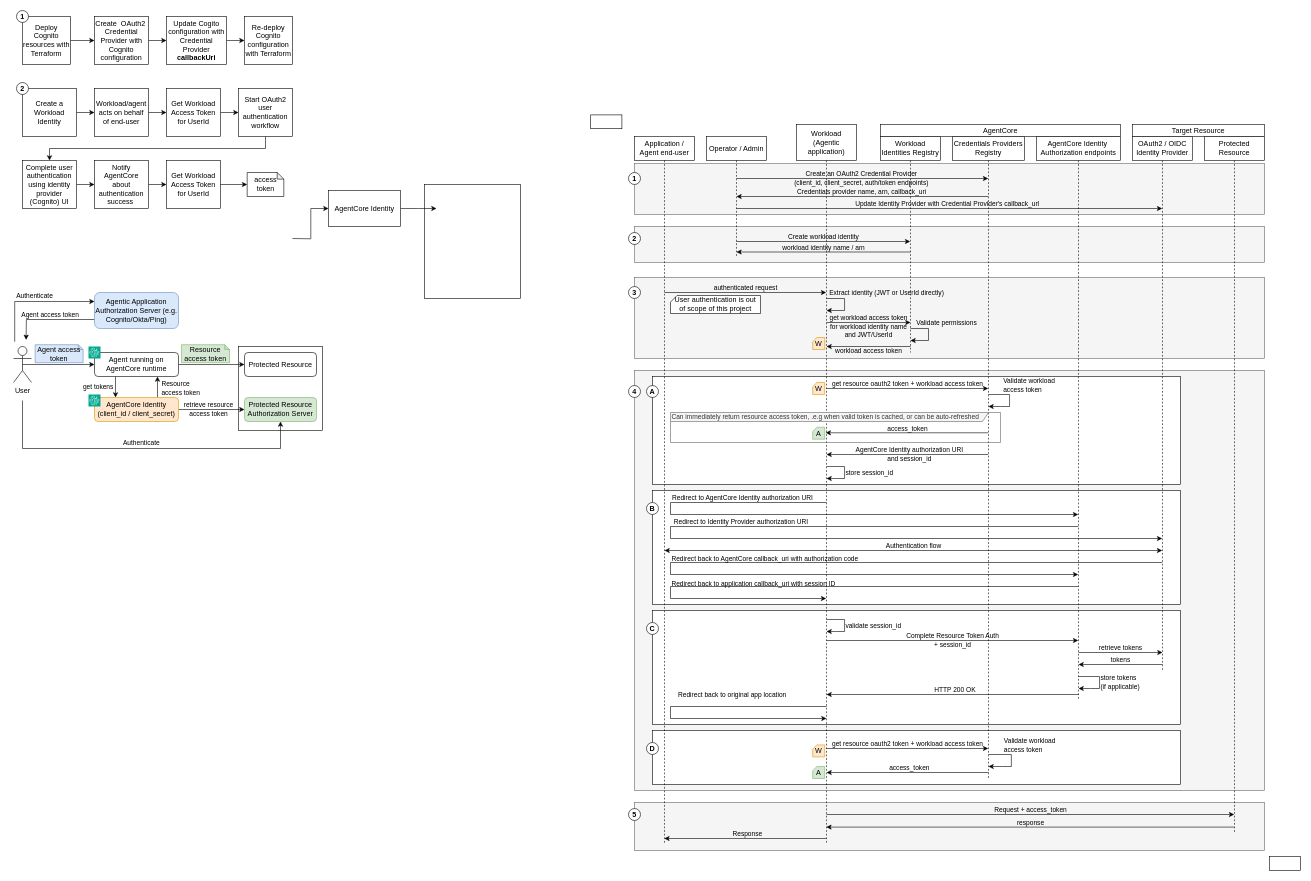
The draw.io diagram identity-user-federation-with-jwt/images/architecture.drawio in aal80/agentcore-samples, before the edit. Source tidied: cells renumbered, new cells numbered last; positions are measured from the earlier drawing's top-left corner, leaving out a move shared by most shapes. Both pictures are drawn from the tidied source at 60%, with x=0, y=0 at pixel (13, 10).
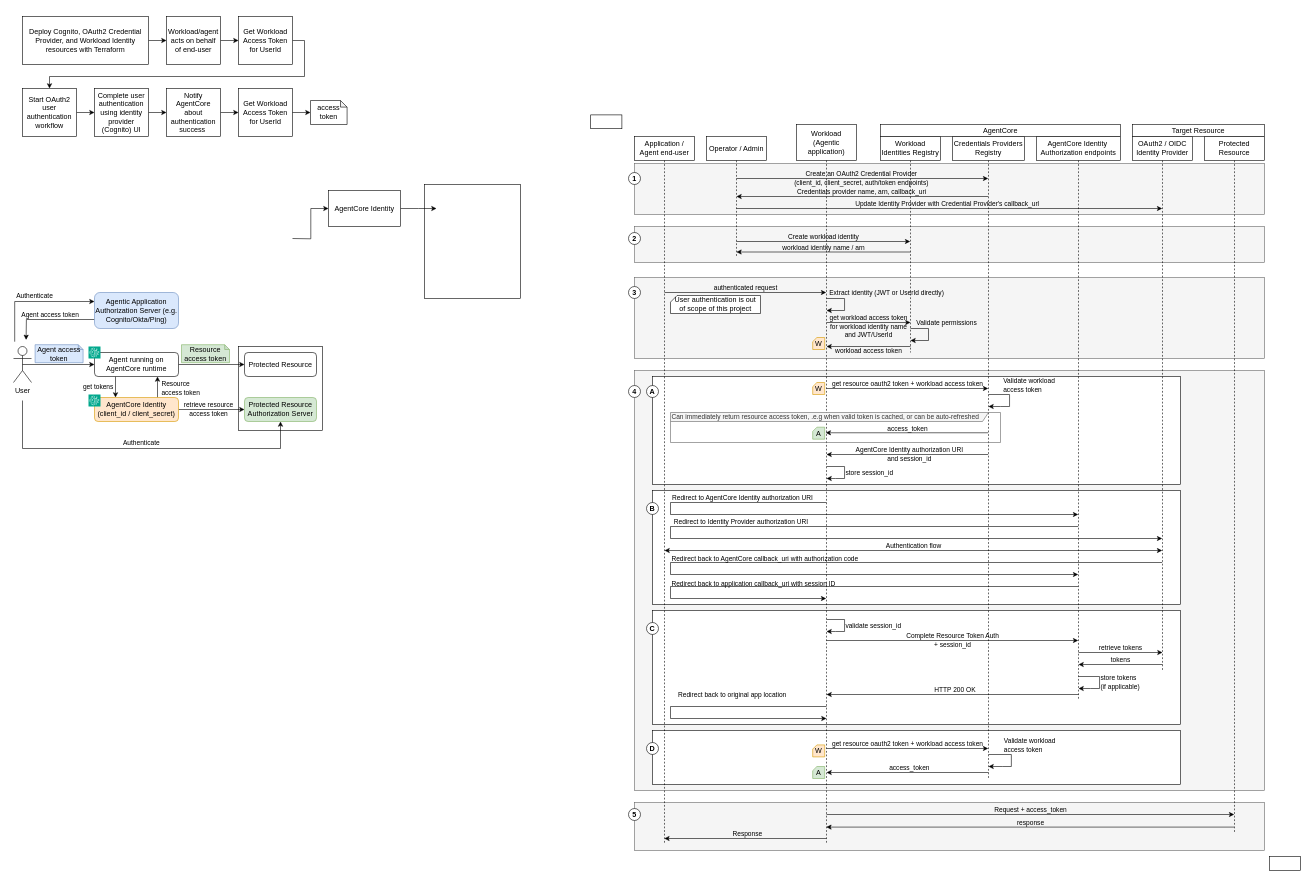
The same diagram, later.

What changed in the source:
```diff
@@
     <mxCell id="34" value="Workload/agent acts on behalf of end-user" style="rounded=0;whiteSpace=wrap;html=1;" parent="1" vertex="1">
-      <mxGeometry x="135" y="130" width="90" height="80" as="geometry" />
+      <mxGeometry x="255" y="10" width="90" height="80" as="geometry" />
     </mxCell>
-    <mxCell id="35" style="edgeStyle=orthogonalEdgeStyle;rounded=0;jettySize=auto;html=1;exitX=1;exitY=0.5;exitDx=0;exitDy=0;entryX=0;entryY=0.5;entryDx=0;entryDy=0;" parent="1" edge="1" source="36" target="40">
+    <mxCell id="35" style="edgeStyle=orthogonalEdgeStyle;rounded=0;jettySize=auto;html=1;exitX=1;exitY=0.5;exitDx=0;exitDy=0;entryX=0.5;entryY=0;entryDx=0;entryDy=0;" parent="1" edge="1" source="36" target="40">
       <mxGeometry relative="1" as="geometry" />
     </mxCell>
     <mxCell id="36" value="Get Workload Access Token for UserId" style="rounded=0;whiteSpace=wrap;html=1;" parent="1" vertex="1">
-      <mxGeometry x="255" y="130" width="90" height="80" as="geometry" />
+      <mxGeometry x="375" y="10" width="90" height="80" as="geometry" />
     </mxCell>
-    <mxCell id="37" style="edgeStyle=orthogonalEdgeStyle;rounded=0;jettySize=auto;html=1;exitX=1;exitY=0.5;exitDx=0;exitDy=0;entryX=0;entryY=0.5;entryDx=0;entryDy=0;" parent="1" edge="1" source="38" target="34">
-      <mxGeometry relative="1" as="geometry" />
-    </mxCell>
-    <mxCell id="38" value="Create a Workload Identity" style="rounded=0;whiteSpace=wrap;html=1;" parent="1" vertex="1">
-      <mxGeometry x="15" y="130" width="90" height="80" as="geometry" />
-    </mxCell>
-    <mxCell id="39" style="edgeStyle=orthogonalEdgeStyle;rounded=0;jettySize=auto;html=1;exitX=0.5;exitY=1;exitDx=0;exitDy=0;entryX=0.5;entryY=0;entryDx=0;entryDy=0;" parent="1" edge="1" source="40" target="93">
+    <mxCell id="39" style="edgeStyle=orthogonalEdgeStyle;rounded=0;jettySize=auto;html=1;exitX=1;exitY=0.5;exitDx=0;exitDy=0;entryX=0;entryY=0.5;entryDx=0;entryDy=0;" parent="1" edge="1" source="40" target="93">
       <mxGeometry relative="1" as="geometry" />
     </mxCell>
     <mxCell id="40" value="Start OAuth2 user authentication workflow" style="rounded=0;whiteSpace=wrap;html=1;" parent="1" vertex="1">
-      <mxGeometry x="375" y="130" width="90" height="80" as="geometry" />
+      <mxGeometry x="15" y="130" width="90" height="80" as="geometry" />
     </mxCell>
     <mxCell id="41" value="access token" style="shape=note;whiteSpace=wrap;html=1;backgroundOutline=1;darkOpacity=0.05;size=11;" parent="1" vertex="1">
-      <mxGeometry x="389.5" y="270" width="61" height="40" as="geometry" />
+      <mxGeometry x="495" y="150" width="61" height="40" as="geometry" />
     </mxCell>
@@
-    <mxCell id="83" style="edgeStyle=orthogonalEdgeStyle;rounded=0;jettySize=auto;html=1;exitX=1;exitY=0.5;exitDx=0;exitDy=0;entryX=0;entryY=0.5;entryDx=0;entryDy=0;" parent="1" edge="1" source="84" target="86">
-      <mxGeometry relative="1" as="geometry" />
-    </mxCell>
+    <mxCell id="119" style="edgeStyle=orthogonalEdgeStyle;rounded=0;jettySize=auto;html=1;exitX=1;exitY=0.5;exitDx=0;exitDy=0;entryX=0;entryY=0.5;entryDx=0;entryDy=0;" parent="1" edge="1" source="84" target="34">
+      <mxGeometry relative="1" as="geometry" />
+    </mxCell>
-    <mxCell id="84" value="Deploy Cognito resources with Terraform" style="rounded=0;whiteSpace=wrap;html=1;" parent="1" vertex="1">
-      <mxGeometry x="15" y="10" width="80" height="80" as="geometry" />
+    <mxCell id="84" value="Deploy Cognito, OAuth2 Credential Provider, and Workload Identity resources with Terraform" style="rounded=0;whiteSpace=wrap;html=1;" parent="1" vertex="1">
+      <mxGeometry x="15" y="10" width="210" height="80" as="geometry" />
     </mxCell>
-    <mxCell id="85" style="edgeStyle=orthogonalEdgeStyle;rounded=0;jettySize=auto;html=1;exitX=1;exitY=0.5;exitDx=0;exitDy=0;entryX=0;entryY=0.5;entryDx=0;entryDy=0;" parent="1" edge="1" source="86" target="88">
-      <mxGeometry relative="1" as="geometry" />
-    </mxCell>
-    <mxCell id="86" value="Create&amp;nbsp; OAuth2&amp;nbsp;&lt;div&gt;Credential Provider with Cognito configuration&lt;/div&gt;" style="rounded=0;whiteSpace=wrap;html=1;" parent="1" vertex="1">
-      <mxGeometry x="135" y="10" width="90" height="80" as="geometry" />
-    </mxCell>
-    <mxCell id="87" style="edgeStyle=orthogonalEdgeStyle;rounded=0;jettySize=auto;html=1;exitX=1;exitY=0.5;exitDx=0;exitDy=0;entryX=0;entryY=0.5;entryDx=0;entryDy=0;" parent="1" edge="1" source="88" target="89">
-      <mxGeometry relative="1" as="geometry" />
-    </mxCell>
-    <mxCell id="88" value="Update Cogito configuration with Credential Provider &lt;b&gt;callbackUri&lt;/b&gt;" style="rounded=0;whiteSpace=wrap;html=1;" parent="1" vertex="1">
-      <mxGeometry x="255" y="10" width="100" height="80" as="geometry" />
-    </mxCell>
-    <mxCell id="89" value="Re-deploy Cognito configuration with Terraform" style="rounded=0;whiteSpace=wrap;html=1;" parent="1" vertex="1">
-      <mxGeometry x="385" y="10" width="80" height="80" as="geometry" />
-    </mxCell>
-    <mxCell id="90" value="1" style="ellipse;whiteSpace=wrap;html=1;fontStyle=1;" parent="1" vertex="1">
-      <mxGeometry x="5" width="20" height="20" as="geometry" />
-    </mxCell>
-    <mxCell id="91" value="2" style="ellipse;whiteSpace=wrap;html=1;fontStyle=1;" parent="1" vertex="1">
-      <mxGeometry x="5" y="120" width="20" height="20" as="geometry" />
-    </mxCell>
@@
     <mxCell id="93" value="Complete user authentication using identity provider (Cognito) UI" style="rounded=0;whiteSpace=wrap;html=1;" parent="1" vertex="1">
-      <mxGeometry x="15" y="250" width="90" height="80" as="geometry" />
+      <mxGeometry x="135" y="130" width="90" height="80" as="geometry" />
     </mxCell>
@@
     <mxCell id="95" value="Notify AgentCore about authentication success&amp;nbsp;" style="rounded=0;whiteSpace=wrap;html=1;" parent="1" vertex="1">
-      <mxGeometry x="135" y="250" width="90" height="80" as="geometry" />
+      <mxGeometry x="255" y="130" width="90" height="80" as="geometry" />
     </mxCell>
     <mxCell id="96" value="Get Workload Access Token for UserId" style="rounded=0;whiteSpace=wrap;html=1;" parent="1" vertex="1">
-      <mxGeometry x="255" y="250" width="90" height="80" as="geometry" />
+      <mxGeometry x="375" y="130" width="90" height="80" as="geometry" />
     </mxCell>
```
